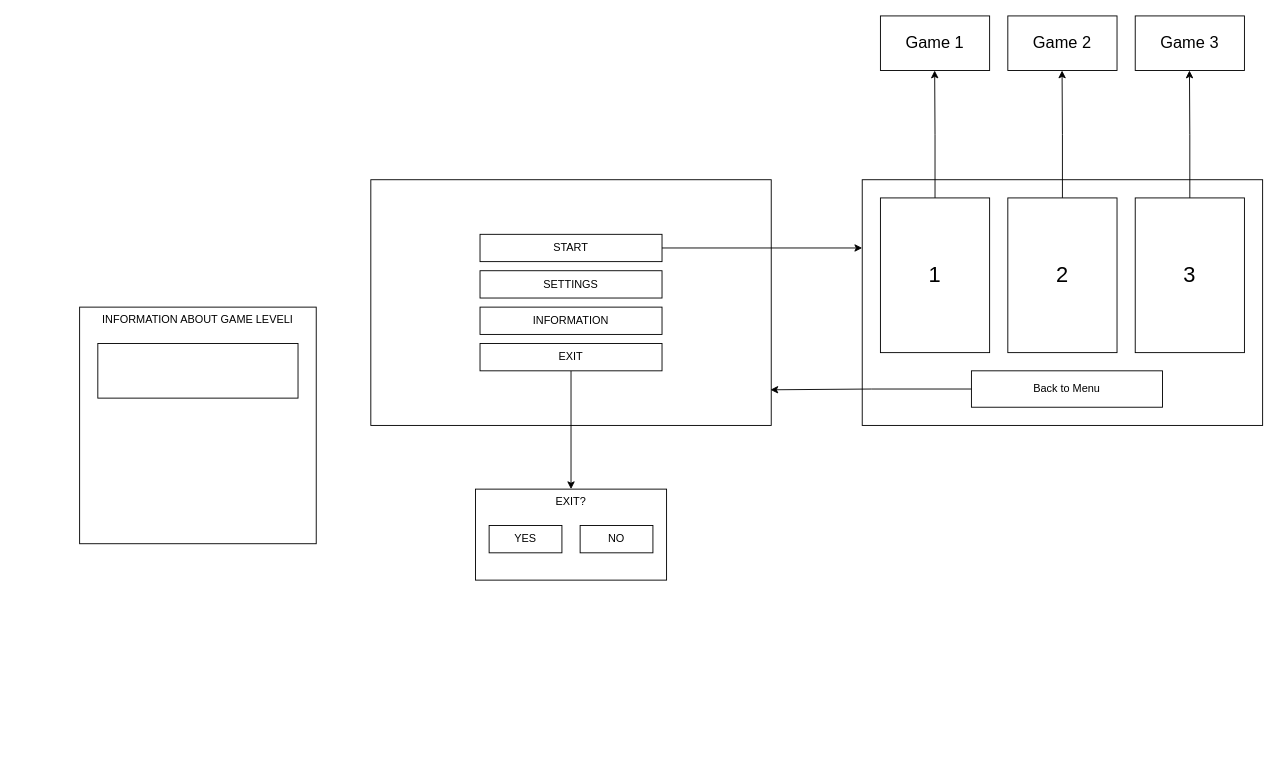
Earlier version of the draw.io diagram Діаграма без назви.drawio (AnnaLiulkova/picture32). Source tidied: cells renumbered, new cells numbered last; positions are measured from the earlier drawing's top-left corner, leaving out a move shared by most shapes. Both pictures are drawn from the tidied source at 91%, with x=0, y=0 at pixel (79, 15).
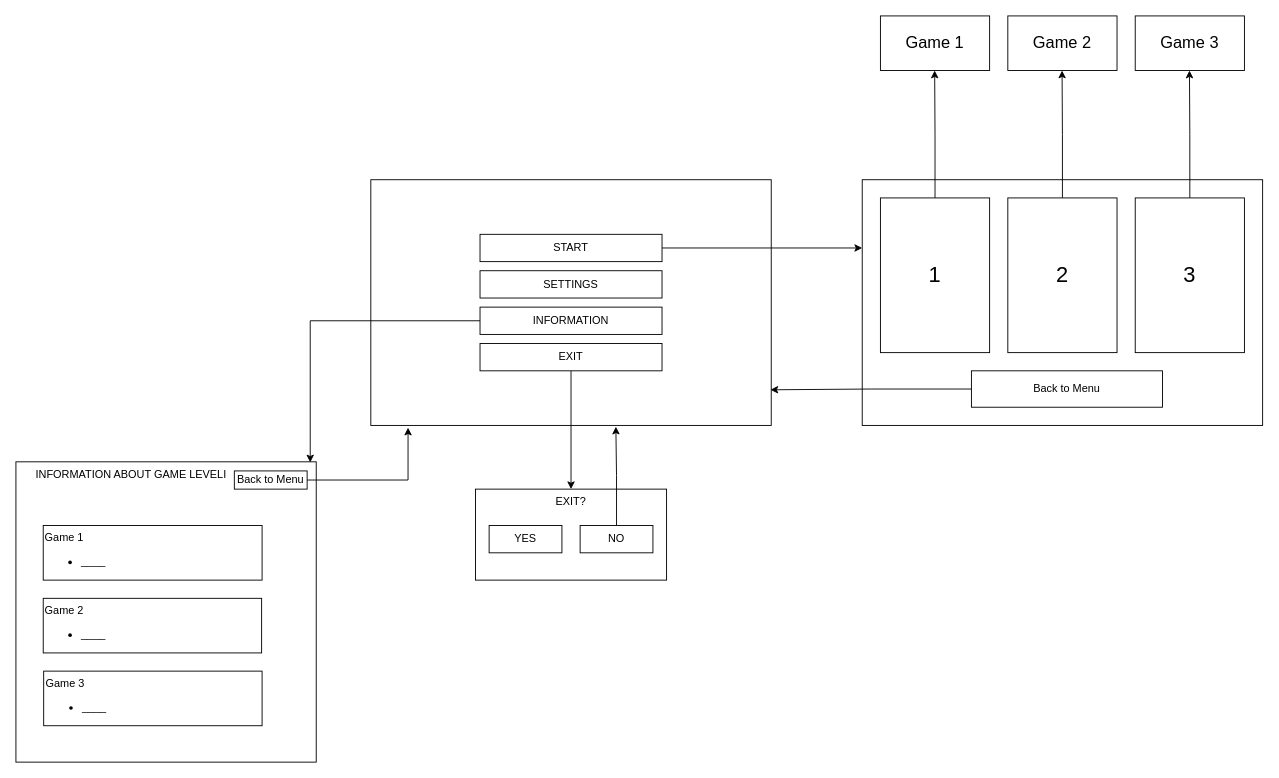
The same page after the edit.

The change refers to these unchanged cells:
```xml
<mxCell id="2" style="rounded=0;whiteSpace=wrap;html=1;" parent="1" vertex="1">
  <mxGeometry x="320" y="180" width="440" height="270" as="geometry" />
</mxCell>
<mxCell id="5" value="INFORMATION" style="rounded=0;whiteSpace=wrap;html=1;" parent="1" vertex="1">
  <mxGeometry x="440" y="320" width="200" height="30" as="geometry" />
</mxCell>
<mxCell id="23" value="NO" style="rounded=0;whiteSpace=wrap;html=1;" parent="1" vertex="1">
  <mxGeometry x="550" y="560" width="80" height="30" as="geometry" />
</mxCell>
```

The edit, as a diff of the source:
```diff
@@
-    <mxCell id="25" value="INFORMATION ABOUT GAME LEVELІ" style="whiteSpace=wrap;html=1;verticalAlign=top;" parent="1" vertex="1">
-      <mxGeometry y="320" width="260" height="260" as="geometry" />
+    <mxCell id="25" value="&amp;nbsp; &amp;nbsp; &amp;nbsp; INFORMATION ABOUT GAME LEVELІ" style="whiteSpace=wrap;html=1;verticalAlign=top;align=left;" parent="1" vertex="1">
+      <mxGeometry x="-70" y="490" width="330" height="330" as="geometry" />
     </mxCell>
-    <mxCell id="26" style="rounded=0;whiteSpace=wrap;html=1;" parent="1" vertex="1">
-      <mxGeometry x="20" y="360" width="220" height="60" as="geometry" />
+    <mxCell id="26" value="Game 1&lt;div&gt;&lt;ul&gt;&lt;li&gt;____&lt;/li&gt;&lt;/ul&gt;&lt;/div&gt;" style="rounded=0;whiteSpace=wrap;html=1;align=left;verticalAlign=top;" parent="1" vertex="1">
+      <mxGeometry x="-40" y="560" width="240.5" height="60" as="geometry" />
     </mxCell>
+    <mxCell id="27" value="Game 2&lt;div&gt;&lt;ul&gt;&lt;li&gt;____&lt;/li&gt;&lt;/ul&gt;&lt;/div&gt;" style="rounded=0;whiteSpace=wrap;html=1;align=left;verticalAlign=top;" parent="1" vertex="1">
+      <mxGeometry x="-40" y="640" width="240" height="60" as="geometry" />
+    </mxCell>
+    <mxCell id="28" value="Game 3&lt;div&gt;&lt;ul&gt;&lt;li&gt;____&lt;/li&gt;&lt;/ul&gt;&lt;/div&gt;" style="rounded=0;whiteSpace=wrap;html=1;verticalAlign=top;align=left;" parent="1" vertex="1">
+      <mxGeometry x="-39.5" y="720" width="240" height="60" as="geometry" />
+    </mxCell>
+    <mxCell id="29" style="edgeStyle=orthogonalEdgeStyle;rounded=0;jettySize=auto;html=1;exitX=0;exitY=0.5;exitDx=0;exitDy=0;entryX=0.98;entryY=0.002;entryDx=0;entryDy=0;entryPerimeter=0;" parent="1" edge="1" source="5" target="25">
+      <mxGeometry relative="1" as="geometry" />
+    </mxCell>
+    <mxCell id="30" value="Back to Menu" style="rounded=0;whiteSpace=wrap;html=1;" parent="1" vertex="1">
+      <mxGeometry x="170" y="500" width="80" height="20" as="geometry" />
+    </mxCell>
+    <mxCell id="31" style="edgeStyle=orthogonalEdgeStyle;rounded=0;jettySize=auto;html=1;exitX=1;exitY=0.5;exitDx=0;exitDy=0;entryX=0.093;entryY=1.009;entryDx=0;entryDy=0;entryPerimeter=0;" parent="1" edge="1" source="30" target="2">
+      <mxGeometry relative="1" as="geometry" />
+    </mxCell>
+    <mxCell id="32" style="edgeStyle=orthogonalEdgeStyle;rounded=0;jettySize=auto;html=1;exitX=0.5;exitY=0;exitDx=0;exitDy=0;entryX=0.612;entryY=1.005;entryDx=0;entryDy=0;entryPerimeter=0;" parent="1" edge="1" source="23" target="2">
+      <mxGeometry relative="1" as="geometry" />
+    </mxCell>
```
